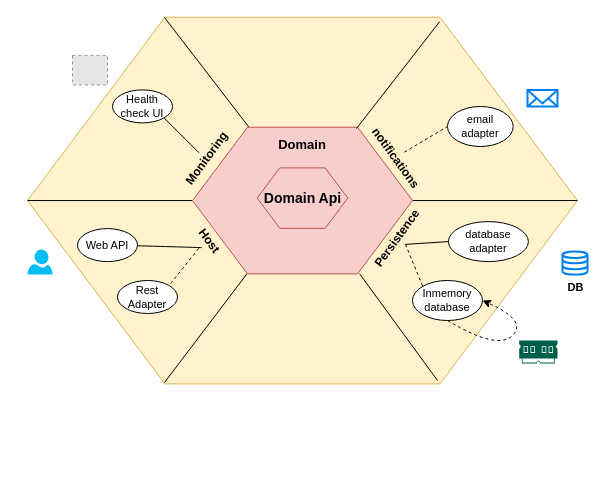
Above: docs/img/hexagonal-arch.drawio in Amitpnk/Hexagonal-architecture-ASP.NET-Core (draw.io), before the change. Source tidied: cells renumbered, new cells numbered last; positions are measured from the earlier drawing's top-left corner, leaving out a move shared by most shapes. Both pictures are drawn from the tidied source at 100%, with x=0, y=0 at pixel (27, 17). Pictures stored in the file or linked from it are replaced by grey dashed boxes.
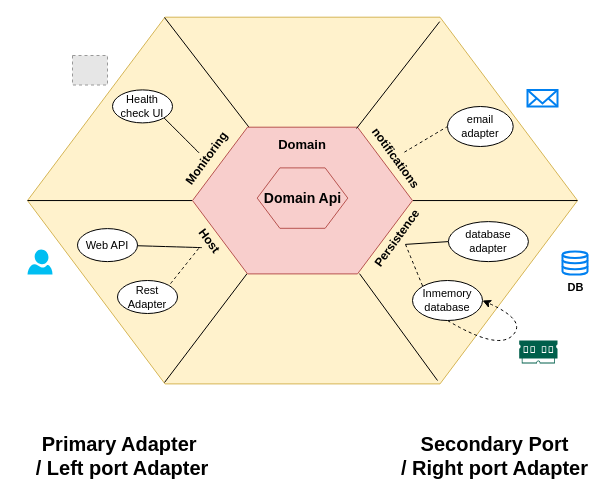
The same diagram, later.

Commit message (it also covers changes not shown here):
docs: arch diagram

Change to the diagram source:
```diff
@@
+    <mxCell id="34" value="Primary Adapter&amp;nbsp;&lt;br&gt;/ Left port Adapter" style="text;html=1;strokeColor=none;fillColor=none;align=center;verticalAlign=middle;whiteSpace=wrap;rounded=0;fontSize=20;fontStyle=1;" parent="1" vertex="1">
+      <mxGeometry x="-10" y="433" width="210" height="10" as="geometry" />
+    </mxCell>
+    <mxCell id="35" value="Secondary Port&lt;br&gt;/ Right port Adapter" style="text;html=1;strokeColor=none;fillColor=none;align=center;verticalAlign=middle;whiteSpace=wrap;rounded=0;fontSize=20;fontStyle=1;" parent="1" vertex="1">
+      <mxGeometry x="365.4" y="433" width="204.6" height="10" as="geometry" />
+    </mxCell>
```
